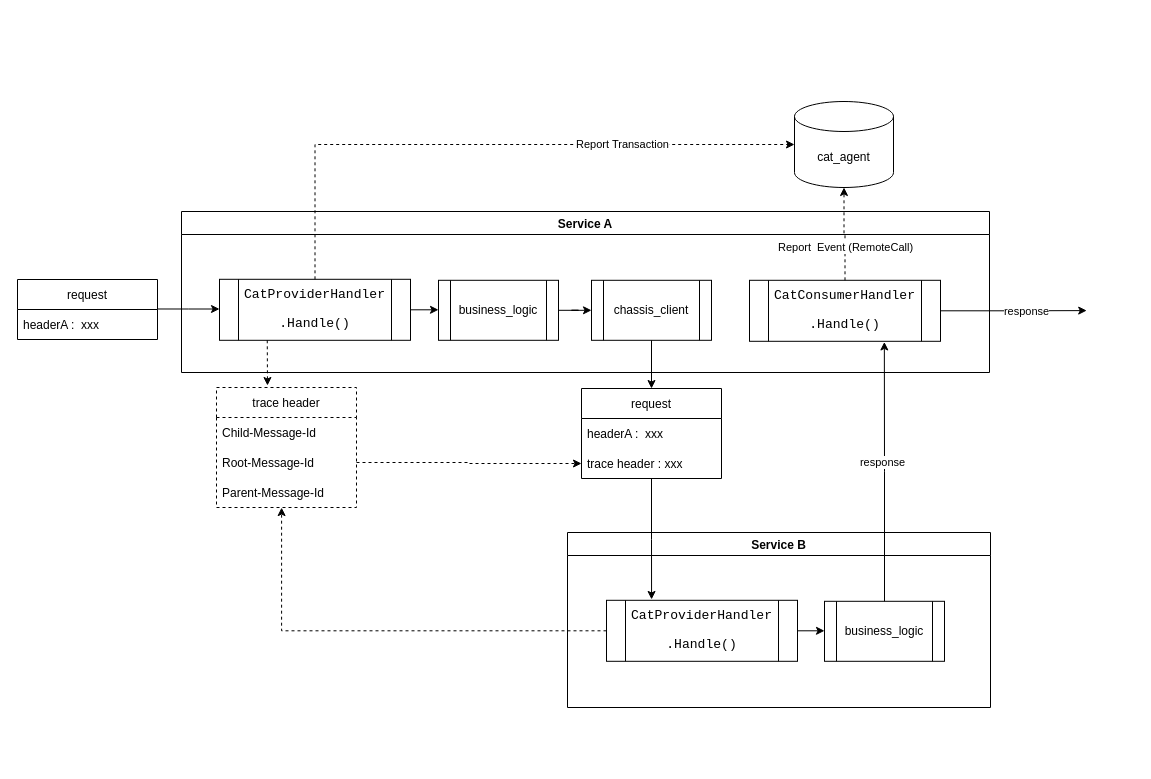
The draw.io diagram cat_chain.drawio in yindongjun/drawio-2, before the edit. Source tidied: cells renumbered, new cells numbered last; positions are measured from the earlier drawing's top-left corner, leaving out a move shared by most shapes. Both pictures are drawn from the tidied source at 100%, with x=0, y=0 at pixel (17, 101).
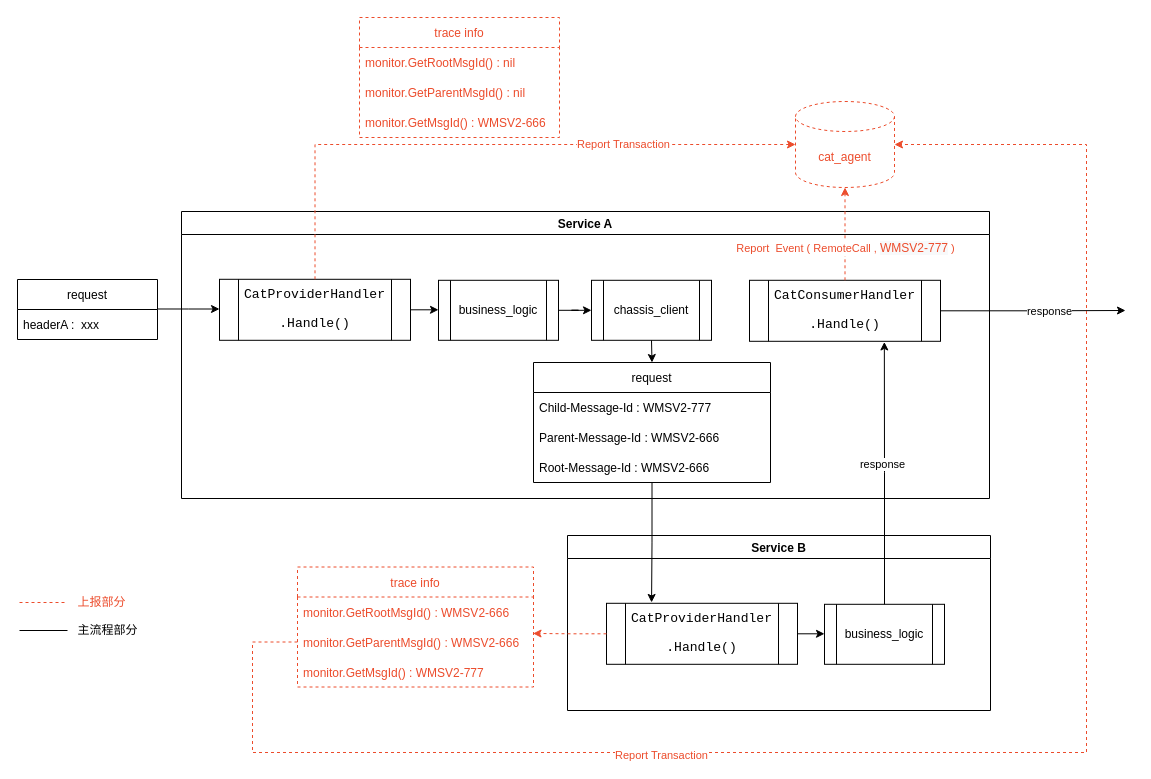
The same diagram, later.

Unchanged cells that the change refers to:
```xml
<mxCell id="6" value="&lt;pre style=&quot;background-color: #ffffff ; color: #080808 ; font-family: &amp;#34;jetbrains mono&amp;#34; , monospace ; font-size: 9.8pt&quot;&gt;&lt;span style=&quot;color: #000000&quot;&gt;CatProviderHandler&lt;/span&gt;&lt;/pre&gt;&lt;pre style=&quot;background-color: #ffffff ; color: #080808 ; font-family: &amp;#34;jetbrains mono&amp;#34; , monospace ; font-size: 9.8pt&quot;&gt;&lt;span style=&quot;color: #000000&quot;&gt;.Handle()&lt;/span&gt;&lt;/pre&gt;" style="shape=process;whiteSpace=wrap;html=1;backgroundOutline=1;" parent="4" vertex="1">
  <mxGeometry x="38" y="67.8" width="191" height="61" as="geometry" />
</mxCell>
<mxCell id="9" value="&lt;pre style=&quot;background-color: #ffffff ; color: #080808 ; font-family: &amp;#34;jetbrains mono&amp;#34; , monospace ; font-size: 9.8pt&quot;&gt;&lt;pre style=&quot;font-family: &amp;#34;jetbrains mono&amp;#34; , monospace ; font-size: 9.8pt&quot;&gt;&lt;span style=&quot;color: #000000&quot;&gt;CatConsumerHandler&lt;/span&gt;&lt;/pre&gt;&lt;/pre&gt;&lt;pre style=&quot;background-color: #ffffff ; color: #080808 ; font-family: &amp;#34;jetbrains mono&amp;#34; , monospace ; font-size: 9.8pt&quot;&gt;&lt;span style=&quot;color: #000000&quot;&gt;.Handle()&lt;/span&gt;&lt;/pre&gt;" style="shape=process;whiteSpace=wrap;html=1;backgroundOutline=1;" parent="4" vertex="1">
  <mxGeometry x="568" y="68.8" width="191" height="61" as="geometry" />
</mxCell>
<mxCell id="15" value="&lt;pre style=&quot;background-color: #ffffff ; color: #080808 ; font-family: &amp;#34;jetbrains mono&amp;#34; , monospace ; font-size: 9.8pt&quot;&gt;&lt;span style=&quot;color: #000000&quot;&gt;CatProviderHandler&lt;/span&gt;&lt;/pre&gt;&lt;pre style=&quot;background-color: #ffffff ; color: #080808 ; font-family: &amp;#34;jetbrains mono&amp;#34; , monospace ; font-size: 9.8pt&quot;&gt;&lt;span style=&quot;color: #000000&quot;&gt;.Handle()&lt;/span&gt;&lt;/pre&gt;" style="shape=process;whiteSpace=wrap;html=1;backgroundOutline=1;" parent="13" vertex="1">
  <mxGeometry x="39" y="67.8" width="191" height="61" as="geometry" />
</mxCell>
```

Diff of the diagram source:
```diff
@@
     <mxCell id="4" value="Service A" style="swimlane;" parent="1" vertex="1">
-      <mxGeometry x="164" y="110" width="808" height="161" as="geometry" />
+      <mxGeometry x="164" y="110" width="808" height="287" as="geometry" />
     </mxCell>
@@
-    <mxCell id="11" style="endArrow=classic;html=1;rounded=0;fontColor=#000000;dashed=1;exitX=0.25;exitY=1;exitDx=0;exitDy=0;" parent="4" edge="1" source="6">
-      <mxGeometry relative="1" as="geometry">
-        <mxPoint x="86" y="174" as="targetPoint" />
-      </mxGeometry>
-    </mxCell>
-    <mxCell id="12" style="edgeStyle=orthogonalEdgeStyle;rounded=0;jettySize=auto;html=1;exitX=0;exitY=0.5;exitDx=0;exitDy=0;entryX=0.465;entryY=1.003;entryDx=0;entryDy=0;entryPerimeter=0;dashed=1;fontColor=#000000;" parent="1" edge="1" source="15" target="20">
-      <mxGeometry relative="1" as="geometry" />
-    </mxCell>
     <mxCell id="13" value="Service B" style="swimlane;" parent="1" vertex="1">
-      <mxGeometry x="550" y="431" width="423" height="175" as="geometry" />
+      <mxGeometry x="550" y="434" width="423" height="175" as="geometry" />
     </mxCell>
@@
-    <mxCell id="17" value="trace header" style="swimlane;fontStyle=0;horizontal=1;startSize=30;dashed=1;fontColor=#000000;gradientColor=none;" parent="1" vertex="1">
-      <mxGeometry x="199" y="286" width="140" height="120" as="geometry" />
-    </mxCell>
-    <mxCell id="18" value="Child-Message-Id" style="text;strokeColor=none;fillColor=none;align=left;verticalAlign=middle;spacingLeft=4;spacingRight=4;overflow=hidden;dashed=1;fontColor=#000000;opacity=50;" parent="17" vertex="1">
-      <mxGeometry y="30" width="140" height="30" as="geometry" />
-    </mxCell>
-    <mxCell id="19" value="Root-Message-Id" style="text;strokeColor=none;fillColor=none;align=left;verticalAlign=middle;spacingLeft=4;spacingRight=4;overflow=hidden;points=[[0,0.5],[1,0.5]];portConstraint=eastwest;dashed=1;fontColor=#000000;opacity=50;" parent="17" vertex="1">
-      <mxGeometry y="60" width="140" height="30" as="geometry" />
-    </mxCell>
-    <mxCell id="20" value="Parent-Message-Id" style="text;strokeColor=none;fillColor=none;align=left;verticalAlign=middle;spacingLeft=4;spacingRight=4;overflow=hidden;points=[[0,0.5],[1,0.5]];portConstraint=eastwest;dashed=1;fontColor=#000000;opacity=50;" parent="17" vertex="1">
-      <mxGeometry y="90" width="140" height="30" as="geometry" />
-    </mxCell>
@@
     <mxCell id="22" value="request" style="swimlane;fontStyle=0;horizontal=1;startSize=30;" parent="1" vertex="1">
-      <mxGeometry x="564" y="287" width="140" height="90" as="geometry" />
+      <mxGeometry x="516" y="261" width="237" height="120" as="geometry" />
     </mxCell>
-    <mxCell id="23" value="headerA :  xxx" style="text;strokeColor=none;fillColor=none;align=left;verticalAlign=middle;spacingLeft=4;spacingRight=4;overflow=hidden;" parent="22" vertex="1">
-      <mxGeometry y="30" width="140" height="30" as="geometry" />
-    </mxCell>
-    <mxCell id="24" value="trace header : xxx" style="text;strokeColor=none;fillColor=none;align=left;verticalAlign=middle;spacingLeft=4;spacingRight=4;overflow=hidden;points=[[0,0.5],[1,0.5]];portConstraint=eastwest;" parent="22" vertex="1">
-      <mxGeometry y="60" width="140" height="30" as="geometry" />
-    </mxCell>
-    <mxCell id="25" style="edgeStyle=orthogonalEdgeStyle;rounded=0;jettySize=auto;html=1;exitX=1;exitY=0.5;exitDx=0;exitDy=0;entryX=0;entryY=0.5;entryDx=0;entryDy=0;dashed=1;fontColor=#000000;" parent="1" edge="1" source="19" target="24">
-      <mxGeometry relative="1" as="geometry" />
-    </mxCell>
+    <mxCell id="37" value="Child-Message-Id : WMSV2-777" style="text;strokeColor=none;fillColor=none;align=left;verticalAlign=middle;spacingLeft=4;spacingRight=4;overflow=hidden;" parent="22" vertex="1">
+      <mxGeometry y="30" width="237" height="30" as="geometry" />
+    </mxCell>
+    <mxCell id="38" value="Parent-Message-Id : WMSV2-666" style="text;strokeColor=none;fillColor=none;align=left;verticalAlign=middle;spacingLeft=4;spacingRight=4;overflow=hidden;" parent="22" vertex="1">
+      <mxGeometry y="60" width="237" height="30" as="geometry" />
+    </mxCell>
+    <mxCell id="39" value="Root-Message-Id : WMSV2-666" style="text;strokeColor=none;fillColor=none;align=left;verticalAlign=middle;spacingLeft=4;spacingRight=4;overflow=hidden;" parent="22" vertex="1">
+      <mxGeometry y="90" width="237" height="30" as="geometry" />
+    </mxCell>
@@
     <mxCell id="28" style="edgeStyle=orthogonalEdgeStyle;rounded=0;jettySize=auto;html=1;exitX=1;exitY=0.5;exitDx=0;exitDy=0;fontColor=#000000;" parent="1" edge="1" source="9">
       <mxGeometry relative="1" as="geometry">
-        <mxPoint x="1069.2" y="209.1" as="targetPoint" />
+        <mxPoint x="1108" y="209" as="targetPoint" />
       </mxGeometry>
     </mxCell>
@@
-    <mxCell id="30" value="cat_agent" style="shape=cylinder3;whiteSpace=wrap;html=1;boundedLbl=1;backgroundOutline=1;size=15;fontColor=#000000;gradientColor=none;" parent="1" vertex="1">
-      <mxGeometry x="777" width="99" height="86" as="geometry" />
+    <mxCell id="30" value="cat_agent" style="shape=cylinder3;whiteSpace=wrap;html=1;boundedLbl=1;backgroundOutline=1;size=15;fontColor=#EC4C2C;gradientColor=none;dashed=1;strokeColor=#EC4C2C;" parent="1" vertex="1">
+      <mxGeometry x="778" width="99" height="86" as="geometry" />
     </mxCell>
-    <mxCell id="31" style="edgeStyle=orthogonalEdgeStyle;rounded=0;jettySize=auto;html=1;exitX=0.5;exitY=0;exitDx=0;exitDy=0;entryX=0.5;entryY=1;entryDx=0;entryDy=0;entryPerimeter=0;fontColor=#000000;dashed=1;" parent="1" edge="1" source="9" target="30">
+    <mxCell id="31" style="edgeStyle=orthogonalEdgeStyle;rounded=0;jettySize=auto;html=1;exitX=0.5;exitY=0;exitDx=0;exitDy=0;entryX=0.5;entryY=1;entryDx=0;entryDy=0;entryPerimeter=0;fontColor=#000000;dashed=1;strokeColor=#EC4C2C;" parent="1" edge="1" source="9" target="30">
       <mxGeometry relative="1" as="geometry" />
     </mxCell>
-    <mxCell id="32" value="Report&amp;nbsp; Event (RemoteCall)" style="edgeLabel;html=1;align=center;verticalAlign=middle;fontColor=#000000;" parent="31" vertex="1">
+    <mxCell id="32" value="Report&amp;nbsp; Event ( RemoteCall ,&amp;nbsp;&lt;span style=&quot;font-size: 12px ; text-align: left ; background-color: rgb(248 , 249 , 250)&quot;&gt;WMSV2-777&lt;/span&gt;&amp;nbsp;)" style="edgeLabel;html=1;align=center;verticalAlign=middle;fontColor=#EC4C2C;" parent="31" vertex="1">
       <mxGeometry x="-0.3" relative="1" as="geometry" />
     </mxCell>
@@
-    <mxCell id="35" style="edgeStyle=orthogonalEdgeStyle;rounded=0;jettySize=auto;html=1;exitX=0.5;exitY=0;exitDx=0;exitDy=0;entryX=0;entryY=0.5;entryDx=0;entryDy=0;entryPerimeter=0;fontColor=#000000;dashed=1;" parent="1" edge="1" source="6" target="30">
+    <mxCell id="35" style="edgeStyle=orthogonalEdgeStyle;rounded=0;jettySize=auto;html=1;exitX=0.5;exitY=0;exitDx=0;exitDy=0;entryX=0;entryY=0.5;entryDx=0;entryDy=0;entryPerimeter=0;fontColor=#000000;dashed=1;strokeColor=#EC4C2C;" parent="1" edge="1" source="6" target="30">
       <mxGeometry relative="1" as="geometry" />
     </mxCell>
-    <mxCell id="36" value="Report Transaction" style="edgeLabel;html=1;align=center;verticalAlign=middle;fontColor=#000000;" parent="35" vertex="1">
+    <mxCell id="36" value="Report Transaction" style="edgeLabel;html=1;align=center;verticalAlign=middle;fontColor=#EC4C2C;" parent="35" vertex="1">
       <mxGeometry x="0.44" y="1" relative="1" as="geometry" />
     </mxCell>
+    <mxCell id="40" value="trace info" style="swimlane;fontStyle=0;horizontal=1;startSize=30;dashed=1;fontColor=#EC4C2C;strokeColor=#EC4C2C;" parent="1" vertex="1">
+      <mxGeometry x="342" y="-84" width="200" height="120" as="geometry" />
+    </mxCell>
+    <mxCell id="41" value="monitor.GetRootMsgId() : nil" style="text;strokeColor=none;fillColor=none;align=left;verticalAlign=middle;spacingLeft=4;spacingRight=4;overflow=hidden;dashed=1;fontColor=#EC4C2C;opacity=50;" parent="40" vertex="1">
+      <mxGeometry y="30" width="200" height="30" as="geometry" />
+    </mxCell>
+    <mxCell id="42" value="monitor.GetParentMsgId() : nil" style="text;strokeColor=none;fillColor=none;align=left;verticalAlign=middle;spacingLeft=4;spacingRight=4;overflow=hidden;dashed=1;fontColor=#EC4C2C;opacity=50;" parent="40" vertex="1">
+      <mxGeometry y="60" width="200" height="30" as="geometry" />
+    </mxCell>
+    <mxCell id="43" value="monitor.GetMsgId() : WMSV2-666" style="text;strokeColor=none;fillColor=none;align=left;verticalAlign=middle;spacingLeft=4;spacingRight=4;overflow=hidden;dashed=1;fontColor=#EC4C2C;opacity=50;" parent="40" vertex="1">
+      <mxGeometry y="90" width="200" height="30" as="geometry" />
+    </mxCell>
+    <mxCell id="44" value="trace info" style="swimlane;fontStyle=0;horizontal=1;startSize=30;dashed=1;fontColor=#EC4C2C;gradientColor=none;strokeColor=#EC4C2C;" parent="1" vertex="1">
+      <mxGeometry x="280" y="465.5" width="236" height="120" as="geometry" />
+    </mxCell>
+    <mxCell id="45" value="monitor.GetRootMsgId() : WMSV2-666" style="text;strokeColor=none;fillColor=none;align=left;verticalAlign=middle;spacingLeft=4;spacingRight=4;overflow=hidden;dashed=1;fontColor=#EC4C2C;opacity=50;" parent="44" vertex="1">
+      <mxGeometry y="30" width="236" height="30" as="geometry" />
+    </mxCell>
+    <mxCell id="46" value="monitor.GetParentMsgId() : WMSV2-666" style="text;strokeColor=none;fillColor=none;align=left;verticalAlign=middle;spacingLeft=4;spacingRight=4;overflow=hidden;points=[[0,0.5],[1,0.5]];portConstraint=eastwest;dashed=1;fontColor=#EC4C2C;opacity=50;" parent="44" vertex="1">
+      <mxGeometry y="60" width="236" height="30" as="geometry" />
+    </mxCell>
+    <mxCell id="47" value="monitor.GetMsgId() : WMSV2-777" style="text;strokeColor=none;fillColor=none;align=left;verticalAlign=middle;spacingLeft=4;spacingRight=4;overflow=hidden;dashed=1;fontColor=#EC4C2C;opacity=50;" parent="44" vertex="1">
+      <mxGeometry y="90" width="236" height="30" as="geometry" />
+    </mxCell>
+    <mxCell id="48" style="edgeStyle=orthogonalEdgeStyle;rounded=0;jettySize=auto;html=1;exitX=0;exitY=0.5;exitDx=0;exitDy=0;entryX=0.998;entryY=0.215;entryDx=0;entryDy=0;entryPerimeter=0;dashed=1;fontColor=#EC4C2C;strokeColor=#EC4C2C;" parent="1" edge="1" source="15" target="46">
+      <mxGeometry relative="1" as="geometry" />
+    </mxCell>
+    <mxCell id="49" style="edgeStyle=orthogonalEdgeStyle;rounded=0;jettySize=auto;html=1;exitX=0;exitY=0.5;exitDx=0;exitDy=0;entryX=1;entryY=0.5;entryDx=0;entryDy=0;entryPerimeter=0;dashed=1;strokeColor=#EC4C2C;" parent="1" edge="1" source="46" target="30">
+      <mxGeometry relative="1" as="geometry">
+        <Array as="points">
+          <mxPoint x="235" y="541" />
+          <mxPoint x="235" y="651" />
+          <mxPoint x="1069" y="651" />
+          <mxPoint x="1069" y="43" />
+        </Array>
+      </mxGeometry>
+    </mxCell>
+    <mxCell id="50" value="Report Transaction" style="edgeLabel;html=1;align=center;verticalAlign=middle;fontColor=#EC4C2C;" parent="49" vertex="1">
+      <mxGeometry x="-0.37" y="-2" relative="1" as="geometry" />
+    </mxCell>
+    <mxCell id="51" style="endArrow=none;dashed=1;html=1;rounded=0;fontColor=#EC4C2C;strokeColor=#EC4C2C;" parent="1" edge="1">
+      <mxGeometry relative="1" as="geometry">
+        <mxPoint x="2" y="501" as="sourcePoint" />
+        <mxPoint x="50" y="501" as="targetPoint" />
+      </mxGeometry>
+    </mxCell>
+    <mxCell id="52" value="上报部分" style="text;html=1;align=center;verticalAlign=middle;strokeColor=none;fillColor=none;fontColor=#EC4C2C;" parent="1" vertex="1">
+      <mxGeometry x="55" y="492" width="58" height="18" as="geometry" />
+    </mxCell>
+    <mxCell id="53" style="endArrow=none;html=1;rounded=0;fontColor=#EC4C2C;strokeColor=#000000;" parent="1" edge="1">
+      <mxGeometry relative="1" as="geometry">
+        <mxPoint x="2" y="529" as="sourcePoint" />
+        <mxPoint x="50" y="529" as="targetPoint" />
+      </mxGeometry>
+    </mxCell>
+    <mxCell id="54" value="主流程部分" style="text;html=1;align=center;verticalAlign=middle;strokeColor=none;fillColor=none;fontColor=#000000;" parent="1" vertex="1">
+      <mxGeometry x="55" y="520" width="70" height="18" as="geometry" />
+    </mxCell>
```
